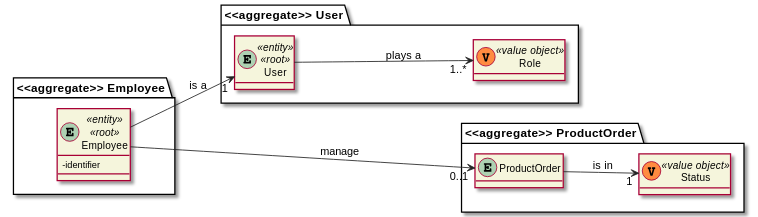
0franciscor/lei21_22_s4_2de_01 keeps this PlantUML diagram as docs/1201386/US1006/DM_Orders.svg. Above is the earlier version.
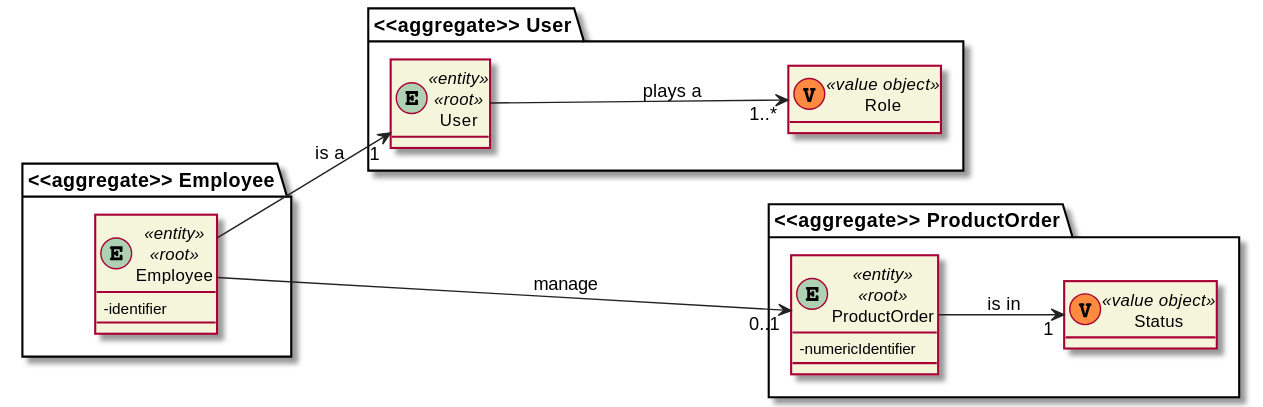
Later version of the same file.

What changed in the source:
```diff
@@ -11,7 +11,9 @@
     class Status
 }
 
-
+entity ProductOrder <<entity>> <<root>> {
+- numericIdentifier
+}
 
 class Status <<(V,#FF8B40) value object>> {}
 
```
